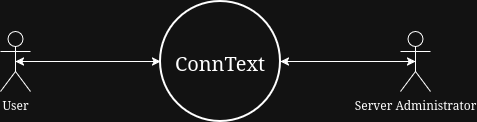
This is Design/Architecture/Images/SystemContextDiagram.png from Mx-Angel/ConnText-Docs, a draw.io export, as it was before one commit. Source tidied: cells renumbered, new cells last; positions are measured from the earlier drawing's top-left corner, leaving out a move shared by most shapes.
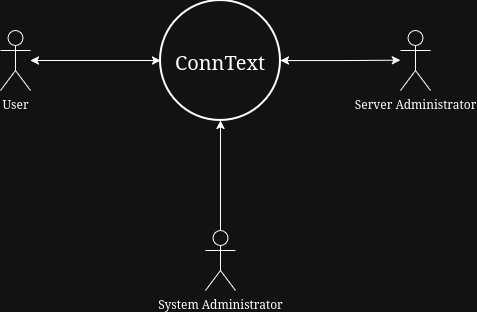
Above is the later version.

Commit message:
Add System Administrator to System Context Diagram

Diff of the diagram source:
```diff
@@ -2,20 +2,30 @@
   <root>
     <mxCell id="0" />
     <mxCell id="1" parent="0" />
-    <mxCell id="2" style="edgeStyle=orthogonalEdgeStyle;rounded=0;jettySize=auto;html=1;exitX=0;exitY=0.5;exitDx=0;exitDy=0;exitPerimeter=0;entryX=0.5;entryY=0.5;entryDx=0;entryDy=0;startArrow=classic;startFill=1;entryPerimeter=0;" parent="1" edge="1" source="3" target="5">
-      <mxGeometry relative="1" as="geometry" />
-    </mxCell>
+    <mxCell id="7" style="edgeStyle=orthogonalEdgeStyle;rounded=0;jettySize=auto;html=1;exitX=1;exitY=0.5;exitDx=0;exitDy=0;exitPerimeter=0;startArrow=classic;startFill=1;" parent="1" edge="1" source="3">
+      <mxGeometry relative="1" as="geometry">
+        <mxPoint x="400" y="59.7" as="targetPoint" />
+      </mxGeometry>
+    </mxCell>
     <mxCell id="3" value="&lt;font style=&quot;font-size: 20px;&quot;&gt;ConnText&lt;/font&gt;" style="strokeWidth=2;html=1;shape=mxgraph.flowchart.start_2;whiteSpace=wrap;fontSize=24;" parent="1" vertex="1">
       <mxGeometry x="160" width="120" height="120" as="geometry" />
     </mxCell>
-    <mxCell id="4" style="edgeStyle=orthogonalEdgeStyle;rounded=0;jettySize=auto;html=1;exitX=0.5;exitY=0.5;exitDx=0;exitDy=0;entryX=1;entryY=0.5;entryDx=0;entryDy=0;entryPerimeter=0;startArrow=classic;startFill=1;exitPerimeter=0;" parent="1" edge="1" source="6" target="3">
-      <mxGeometry relative="1" as="geometry" />
-    </mxCell>
+    <mxCell id="8" style="edgeStyle=orthogonalEdgeStyle;rounded=0;jettySize=auto;html=1;startArrow=classic;startFill=1;" parent="1" edge="1" source="5">
+      <mxGeometry relative="1" as="geometry">
+        <mxPoint x="160" y="60" as="targetPoint" />
+      </mxGeometry>
+    </mxCell>
     <mxCell id="5" value="User" style="shape=umlActor;verticalLabelPosition=bottom;verticalAlign=top;html=1;outlineConnect=0;" parent="1" vertex="1">
       <mxGeometry y="30" width="30" height="60" as="geometry" />
     </mxCell>
     <mxCell id="6" value="Server Administrator" style="shape=umlActor;verticalLabelPosition=bottom;verticalAlign=top;html=1;outlineConnect=0;" parent="1" vertex="1">
       <mxGeometry x="400" y="30" width="30" height="60" as="geometry" />
     </mxCell>
+    <mxCell id="9" value="System Administrator" style="shape=umlActor;verticalLabelPosition=bottom;verticalAlign=top;html=1;outlineConnect=0;" parent="1" vertex="1">
+      <mxGeometry x="205" y="230" width="30" height="60" as="geometry" />
+    </mxCell>
+    <mxCell id="10" style="edgeStyle=orthogonalEdgeStyle;rounded=0;jettySize=auto;html=1;entryX=0.5;entryY=1;entryDx=0;entryDy=0;entryPerimeter=0;" parent="1" edge="1" source="9" target="3">
+      <mxGeometry relative="1" as="geometry" />
+    </mxCell>
   </root>
 </mxGraphModel>
```
